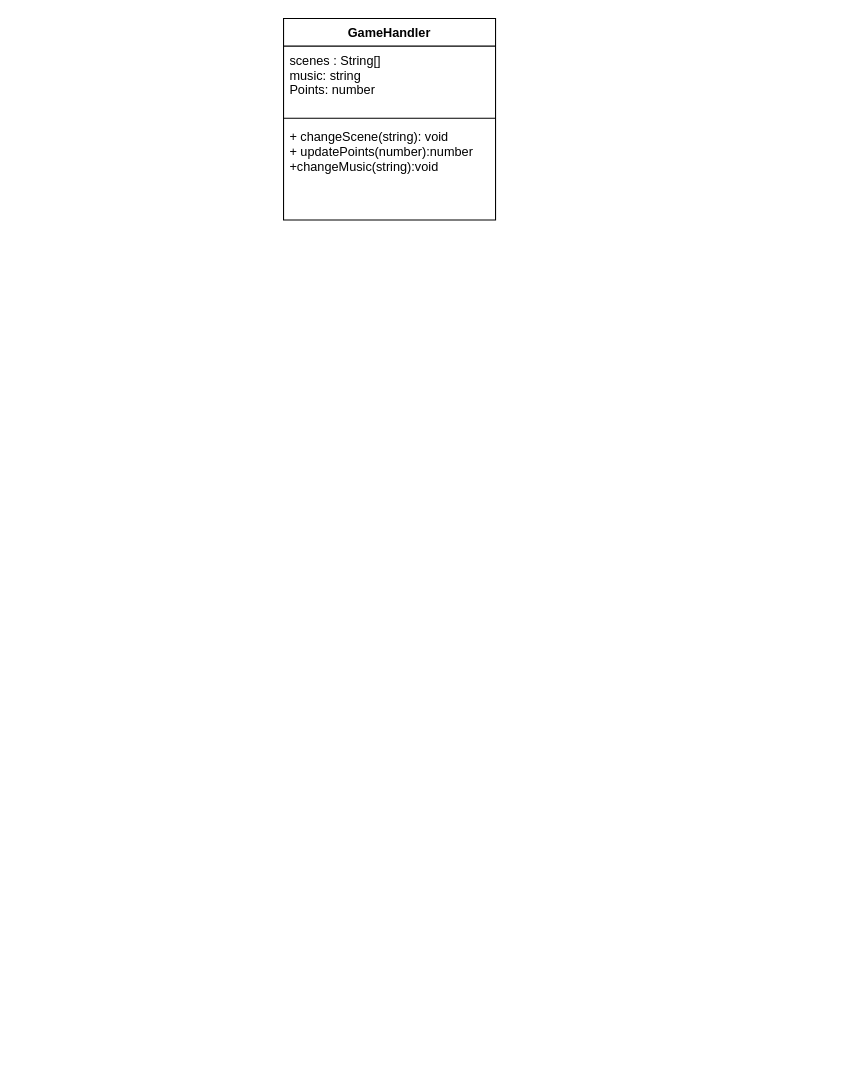
The draw.io diagram Namnlöst diagram.drawio in MimPMC/Stolen-Hearts, before the edit. Source tidied: cells renumbered, new cells numbered last; positions are measured from the earlier drawing's top-left corner, leaving out a move shared by most shapes. Both pictures are drawn from the tidied source at 106%, with x=0, y=0 at pixel (283, 18).
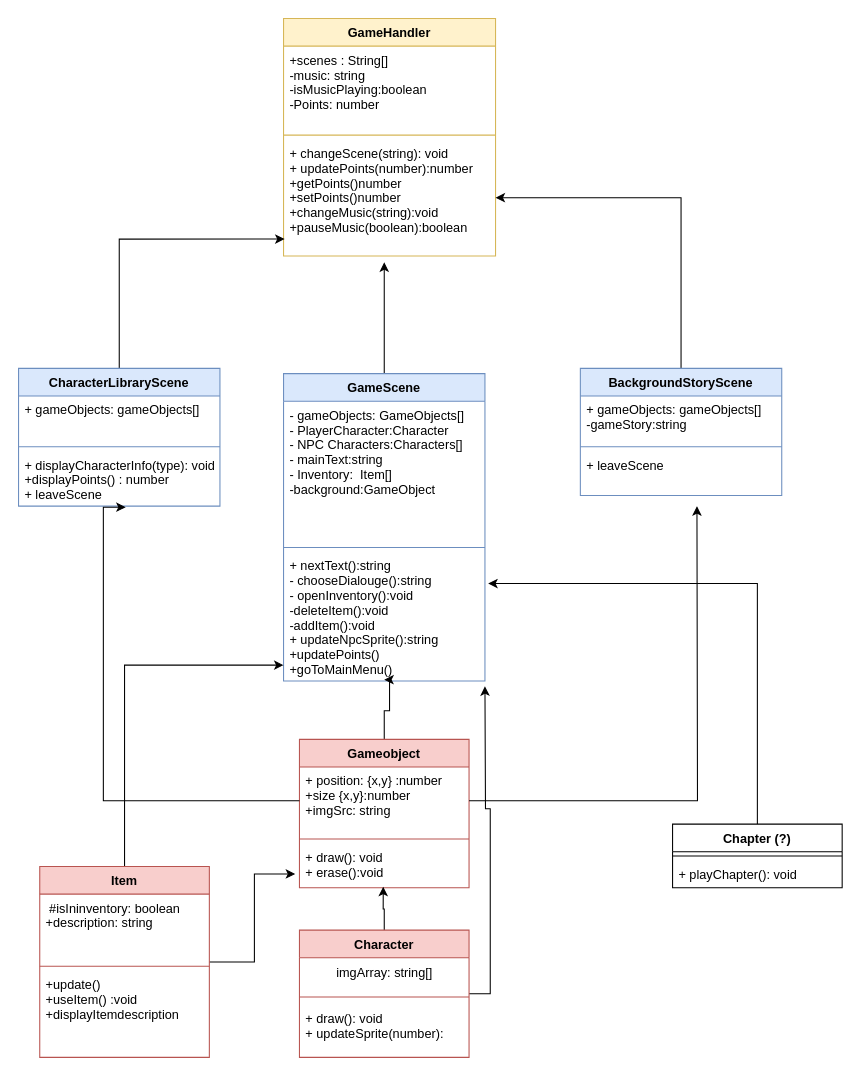
After the change.

Change to the diagram source:
```diff
@@
-    <mxCell id="2" value="GameHandler" style="swimlane;fontStyle=1;align=center;verticalAlign=top;horizontal=1;startSize=26;" parent="1" vertex="1">
-      <mxGeometry width="200" height="190" as="geometry" />
+    <mxCell id="2" value="GameHandler" style="swimlane;fontStyle=1;align=center;verticalAlign=top;horizontal=1;startSize=26;fillColor=#fff2cc;strokeColor=#d6b656;" parent="1" vertex="1">
+      <mxGeometry width="200" height="224" as="geometry" />
     </mxCell>
-    <mxCell id="3" value="scenes : String[]&#10;music: string&#10;Points: number&#10;&#10;&#10;" style="text;strokeColor=none;fillColor=none;align=left;verticalAlign=top;spacingLeft=4;spacingRight=4;overflow=hidden;" parent="2" vertex="1">
-      <mxGeometry y="26" width="200" height="64" as="geometry" />
+    <mxCell id="3" value="+scenes : String[]&#10;-music: string&#10;-isMusicPlaying:boolean&#10;-Points: number&#10;&#10;&#10;" style="text;strokeColor=none;fillColor=none;align=left;verticalAlign=top;spacingLeft=4;spacingRight=4;overflow=hidden;" parent="2" vertex="1">
+      <mxGeometry y="26" width="200" height="80" as="geometry" />
     </mxCell>
     <mxCell id="4" style="line;strokeWidth=1;fillColor=none;align=left;verticalAlign=middle;spacingTop=-1;spacingLeft=3;spacingRight=3;labelPosition=right;strokeColor=inherit;" parent="2" vertex="1">
-      <mxGeometry y="90" width="200" height="8" as="geometry" />
+      <mxGeometry y="106" width="200" height="8" as="geometry" />
     </mxCell>
-    <mxCell id="5" value="+ changeScene(string): void&#10;+ updatePoints(number):number&#10;+changeMusic(string):void&#10;&#10;&#10;" style="text;strokeColor=none;fillColor=none;align=left;verticalAlign=top;spacingLeft=4;spacingRight=4;overflow=hidden;points=[[0,0.5],[1,0.5]];portConstraint=eastwest;" parent="2" vertex="1">
-      <mxGeometry y="98" width="200" height="92" as="geometry" />
+    <mxCell id="5" value="+ changeScene(string): void&#10;+ updatePoints(number):number&#10;+getPoints()number&#10;+setPoints()number&#10;+changeMusic(string):void&#10;+pauseMusic(boolean):boolean&#10;&#10;&#10;&#10;" style="text;strokeColor=none;fillColor=none;align=left;verticalAlign=top;spacingLeft=4;spacingRight=4;overflow=hidden;points=[[0,0.5],[1,0.5]];portConstraint=eastwest;" parent="2" vertex="1">
+      <mxGeometry y="114" width="200" height="110" as="geometry" />
     </mxCell>
+    <mxCell id="6" style="edgeStyle=orthogonalEdgeStyle;rounded=0;jettySize=auto;html=1;entryX=0.005;entryY=0.855;entryDx=0;entryDy=0;entryPerimeter=0;" parent="1" edge="1" source="7" target="5">
+      <mxGeometry relative="1" as="geometry" />
+    </mxCell>
+    <mxCell id="7" value="CharacterLibraryScene" style="swimlane;fontStyle=1;align=center;verticalAlign=top;horizontal=1;startSize=26;fillColor=#dae8fc;strokeColor=#6c8ebf;" parent="1" vertex="1">
+      <mxGeometry x="-250" y="330" width="190" height="130" as="geometry" />
+    </mxCell>
+    <mxCell id="8" value="+ gameObjects: gameObjects[]&#10;" style="text;strokeColor=none;fillColor=none;align=left;verticalAlign=top;spacingLeft=4;spacingRight=4;overflow=hidden;" parent="7" vertex="1">
+      <mxGeometry y="26" width="190" height="44" as="geometry" />
+    </mxCell>
+    <mxCell id="9" style="line;strokeWidth=1;fillColor=none;align=left;verticalAlign=middle;spacingTop=-1;spacingLeft=3;spacingRight=3;labelPosition=right;strokeColor=inherit;" parent="7" vertex="1">
+      <mxGeometry y="70" width="190" height="8" as="geometry" />
+    </mxCell>
+    <mxCell id="10" value="+ displayCharacterInfo(type): void&#10;+displayPoints() : number&#10;+ leaveScene&#10;&#10;" style="text;strokeColor=none;fillColor=none;align=left;verticalAlign=top;spacingLeft=4;spacingRight=4;overflow=hidden;points=[[0,0.5],[1,0.5]];portConstraint=eastwest;" parent="7" vertex="1">
+      <mxGeometry y="78" width="190" height="52" as="geometry" />
+    </mxCell>
+    <mxCell id="11" style="edgeStyle=orthogonalEdgeStyle;rounded=0;jettySize=auto;html=1;" parent="1" edge="1" source="12" target="5">
+      <mxGeometry relative="1" as="geometry">
+        <Array as="points">
+          <mxPoint x="375" y="169" />
+        </Array>
+      </mxGeometry>
+    </mxCell>
+    <mxCell id="12" value="BackgroundStoryScene" style="swimlane;fontStyle=1;align=center;verticalAlign=top;horizontal=1;startSize=26;fillColor=#dae8fc;strokeColor=#6c8ebf;" parent="1" vertex="1">
+      <mxGeometry x="280" y="330" width="190" height="120" as="geometry" />
+    </mxCell>
+    <mxCell id="13" value="+ gameObjects: gameObjects[]&#10;-gameStory:string&#10;&#10;" style="text;strokeColor=none;fillColor=none;align=left;verticalAlign=top;spacingLeft=4;spacingRight=4;overflow=hidden;" parent="12" vertex="1">
+      <mxGeometry y="26" width="190" height="44" as="geometry" />
+    </mxCell>
+    <mxCell id="14" style="line;strokeWidth=1;fillColor=none;align=left;verticalAlign=middle;spacingTop=-1;spacingLeft=3;spacingRight=3;labelPosition=right;strokeColor=inherit;" parent="12" vertex="1">
+      <mxGeometry y="70" width="190" height="8" as="geometry" />
+    </mxCell>
+    <mxCell id="15" value="+ leaveScene&#10;" style="text;strokeColor=none;fillColor=none;align=left;verticalAlign=top;spacingLeft=4;spacingRight=4;overflow=hidden;" parent="12" vertex="1">
+      <mxGeometry y="78" width="190" height="42" as="geometry" />
+    </mxCell>
+    <mxCell id="16" style="edgeStyle=orthogonalEdgeStyle;rounded=0;jettySize=auto;html=1;" parent="1" edge="1" source="17">
+      <mxGeometry relative="1" as="geometry">
+        <mxPoint x="95" y="230" as="targetPoint" />
+      </mxGeometry>
+    </mxCell>
+    <mxCell id="17" value="GameScene" style="swimlane;fontStyle=1;align=center;verticalAlign=top;horizontal=1;startSize=26;fillColor=#dae8fc;strokeColor=#6c8ebf;" parent="1" vertex="1">
+      <mxGeometry y="335" width="190" height="290" as="geometry" />
+    </mxCell>
+    <mxCell id="18" value="- gameObjects: GameObjects[]&#10;- PlayerCharacter:Character&#10;- NPC Characters:Characters[]&#10;- mainText:string&#10;- Inventory:  Item[]&#10;-background:GameObject&#10;&#10;&#10;&#10;" style="text;strokeColor=none;fillColor=none;align=left;verticalAlign=top;spacingLeft=4;spacingRight=4;overflow=hidden;" parent="17" vertex="1">
+      <mxGeometry y="26" width="190" height="134" as="geometry" />
+    </mxCell>
+    <mxCell id="19" style="line;strokeWidth=1;fillColor=none;align=left;verticalAlign=middle;spacingTop=-1;spacingLeft=3;spacingRight=3;labelPosition=right;strokeColor=inherit;" parent="17" vertex="1">
+      <mxGeometry y="160" width="190" height="8" as="geometry" />
+    </mxCell>
+    <mxCell id="20" value="+ nextText():string&#10;- chooseDialouge():string&#10;- openInventory():void&#10;-deleteItem():void&#10;-addItem():void&#10;+ updateNpcSprite():string&#10;+updatePoints()&#10;+goToMainMenu()&#10;&#10;" style="text;strokeColor=none;fillColor=none;align=left;verticalAlign=top;spacingLeft=4;spacingRight=4;overflow=hidden;points=[[0,0.5],[1,0.5]];portConstraint=eastwest;" parent="17" vertex="1">
+      <mxGeometry y="168" width="190" height="122" as="geometry" />
+    </mxCell>
+    <mxCell id="21" style="edgeStyle=orthogonalEdgeStyle;rounded=0;jettySize=auto;html=1;entryX=0.5;entryY=0.989;entryDx=0;entryDy=0;entryPerimeter=0;" parent="1" edge="1" source="22" target="20">
+      <mxGeometry relative="1" as="geometry">
+        <Array as="points">
+          <mxPoint x="95" y="653" />
+          <mxPoint x="100" y="653" />
+          <mxPoint x="100" y="624" />
+        </Array>
+      </mxGeometry>
+    </mxCell>
+    <mxCell id="22" value="Gameobject" style="swimlane;fontStyle=1;align=center;verticalAlign=top;horizontal=1;startSize=26;fillColor=#f8cecc;strokeColor=#b85450;" parent="1" vertex="1">
+      <mxGeometry x="15" y="680" width="160" height="140" as="geometry" />
+    </mxCell>
+    <mxCell id="23" style="edgeStyle=orthogonalEdgeStyle;rounded=0;jettySize=auto;html=1;" parent="22" edge="1" source="24">
+      <mxGeometry relative="1" as="geometry">
+        <mxPoint x="375" y="-220" as="targetPoint" />
+      </mxGeometry>
+    </mxCell>
+    <mxCell id="24" value="+ position: {x,y} :number&#10;+size {x,y}:number&#10;+imgSrc: string&#10;" style="text;strokeColor=none;fillColor=none;align=left;verticalAlign=top;spacingLeft=4;spacingRight=4;overflow=hidden;points=[[0,0.5],[1,0.5]];portConstraint=eastwest;" parent="22" vertex="1">
+      <mxGeometry y="26" width="160" height="64" as="geometry" />
+    </mxCell>
+    <mxCell id="25" style="line;strokeWidth=1;fillColor=none;align=left;verticalAlign=middle;spacingTop=-1;spacingLeft=3;spacingRight=3;labelPosition=right;strokeColor=inherit;" parent="22" vertex="1">
+      <mxGeometry y="90" width="160" height="8" as="geometry" />
+    </mxCell>
+    <mxCell id="26" value="+ draw(): void&#10;+ erase():void&#10;&#10;" style="text;strokeColor=none;fillColor=none;align=left;verticalAlign=top;spacingLeft=4;spacingRight=4;overflow=hidden;points=[[0,0.5],[1,0.5]];portConstraint=eastwest;" parent="22" vertex="1">
+      <mxGeometry y="98" width="160" height="42" as="geometry" />
+    </mxCell>
+    <mxCell id="27" style="edgeStyle=orthogonalEdgeStyle;rounded=0;jettySize=auto;html=1;entryX=0.494;entryY=0.976;entryDx=0;entryDy=0;entryPerimeter=0;" parent="1" edge="1" source="29" target="26">
+      <mxGeometry relative="1" as="geometry" />
+    </mxCell>
+    <mxCell id="28" style="edgeStyle=orthogonalEdgeStyle;rounded=0;jettySize=auto;html=1;" parent="1" edge="1" source="29">
+      <mxGeometry relative="1" as="geometry">
+        <mxPoint x="190" y="630" as="targetPoint" />
+      </mxGeometry>
+    </mxCell>
+    <mxCell id="29" value="Character" style="swimlane;fontStyle=1;align=center;verticalAlign=top;horizontal=1;startSize=26;fillColor=#f8cecc;strokeColor=#b85450;" parent="1" vertex="1">
+      <mxGeometry x="15" y="860" width="160" height="120" as="geometry" />
+    </mxCell>
+    <mxCell id="30" value="imgArray: string[]" style="text;html=1;align=center;verticalAlign=middle;strokeColor=none;fillColor=none;" parent="29" vertex="1">
+      <mxGeometry y="26" width="160" height="30" as="geometry" />
+    </mxCell>
+    <mxCell id="31" style="line;strokeWidth=1;fillColor=none;align=left;verticalAlign=middle;spacingTop=-1;spacingLeft=3;spacingRight=3;labelPosition=right;strokeColor=inherit;" parent="29" vertex="1">
+      <mxGeometry y="56" width="160" height="14" as="geometry" />
+    </mxCell>
+    <mxCell id="32" value="+ draw(): void&#10;+ updateSprite(number):&#10;" style="text;strokeColor=none;fillColor=none;align=left;verticalAlign=top;spacingLeft=4;spacingRight=4;overflow=hidden;" parent="29" vertex="1">
+      <mxGeometry y="70" width="160" height="50" as="geometry" />
+    </mxCell>
+    <mxCell id="33" style="edgeStyle=orthogonalEdgeStyle;rounded=0;jettySize=auto;html=1;entryX=-0.025;entryY=0.69;entryDx=0;entryDy=0;entryPerimeter=0;" parent="1" edge="1" source="35" target="26">
+      <mxGeometry relative="1" as="geometry" />
+    </mxCell>
+    <mxCell id="34" style="edgeStyle=orthogonalEdgeStyle;rounded=0;jettySize=auto;html=1;" parent="1" edge="1" source="35">
+      <mxGeometry relative="1" as="geometry">
+        <mxPoint y="610" as="targetPoint" />
+        <Array as="points">
+          <mxPoint x="-150" y="610" />
+          <mxPoint y="610" />
+        </Array>
+      </mxGeometry>
+    </mxCell>
+    <mxCell id="35" value="Item" style="swimlane;fontStyle=1;align=center;verticalAlign=top;horizontal=1;startSize=26;fillColor=#f8cecc;strokeColor=#b85450;" parent="1" vertex="1">
+      <mxGeometry x="-230" y="800" width="160" height="180" as="geometry" />
+    </mxCell>
+    <mxCell id="36" value=" #isIninventory: boolean&#10;+description: string&#10;" style="text;strokeColor=none;fillColor=none;align=left;verticalAlign=top;spacingLeft=4;spacingRight=4;overflow=hidden;" parent="35" vertex="1">
+      <mxGeometry y="26" width="160" height="64" as="geometry" />
+    </mxCell>
+    <mxCell id="37" style="line;strokeWidth=1;fillColor=none;align=left;verticalAlign=middle;spacingTop=-1;spacingLeft=3;spacingRight=3;labelPosition=right;strokeColor=inherit;" parent="35" vertex="1">
+      <mxGeometry y="90" width="160" height="8" as="geometry" />
+    </mxCell>
+    <mxCell id="38" value="+update()&#10;+useItem() :void&#10;+displayItemdescription&#10;" style="text;strokeColor=none;fillColor=none;align=left;verticalAlign=top;spacingLeft=4;spacingRight=4;overflow=hidden;" parent="35" vertex="1">
+      <mxGeometry y="98" width="160" height="82" as="geometry" />
+    </mxCell>
+    <mxCell id="39" style="edgeStyle=orthogonalEdgeStyle;rounded=0;jettySize=auto;html=1;entryX=0.532;entryY=1.019;entryDx=0;entryDy=0;entryPerimeter=0;" parent="1" edge="1" source="24" target="10">
+      <mxGeometry relative="1" as="geometry">
+        <Array as="points">
+          <mxPoint x="-170" y="738" />
+          <mxPoint x="-170" y="461" />
+        </Array>
+      </mxGeometry>
+    </mxCell>
+    <mxCell id="40" style="edgeStyle=orthogonalEdgeStyle;rounded=0;jettySize=auto;html=1;entryX=1.016;entryY=0.246;entryDx=0;entryDy=0;entryPerimeter=0;" parent="1" edge="1" source="41" target="20">
+      <mxGeometry relative="1" as="geometry" />
+    </mxCell>
+    <mxCell id="41" value="Chapter (?)" style="swimlane;fontStyle=1;align=center;verticalAlign=top;horizontal=1;startSize=26;" parent="1" vertex="1">
+      <mxGeometry x="367" y="760" width="160" height="60" as="geometry" />
+    </mxCell>
+    <mxCell id="42" style="line;strokeWidth=1;fillColor=none;align=left;verticalAlign=middle;spacingTop=-1;spacingLeft=3;spacingRight=3;labelPosition=right;strokeColor=inherit;" parent="41" vertex="1">
+      <mxGeometry y="26" width="160" height="8" as="geometry" />
+    </mxCell>
+    <mxCell id="43" value="+ playChapter(): void" style="text;strokeColor=none;fillColor=none;align=left;verticalAlign=top;spacingLeft=4;spacingRight=4;overflow=hidden;" parent="41" vertex="1">
+      <mxGeometry y="34" width="160" height="26" as="geometry" />
+    </mxCell>
```
